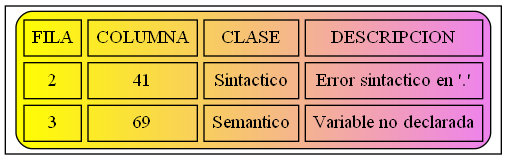
Before: Errores.png, a diagram exported from Graphviz (JoseMore99/OLC2_P1_201701015). Its source is kept beside it as Errores.dot.
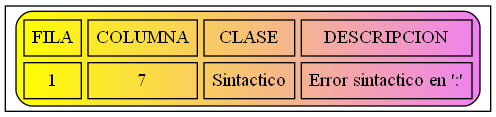
After the change.

Diff of the diagram source:
```diff
@@ -2,7 +2,6 @@
 node [shape=record];
 a0 [label=<<TABLE border="1" cellspacing="5" cellpadding="5" style="rounded" bgcolor="yellow:violet">
 "<TR><TD>FILA</TD><TD>COLUMNA</TD><TD>CLASE</TD><TD>DESCRIPCION</TD></TR>
-<TR><TD>2</TD><TD>41</TD><TD>Sintactico</TD><TD>Error sintactico en '.'</TD></TR>
-<TR><TD>3</TD><TD>69</TD><TD>Semantico</TD><TD>Variable no declarada</TD></TR>
+<TR><TD>1</TD><TD>7</TD><TD>Sintactico</TD><TD>Error sintactico en ':'</TD></TR>
 </TABLE>>];
 }
```
